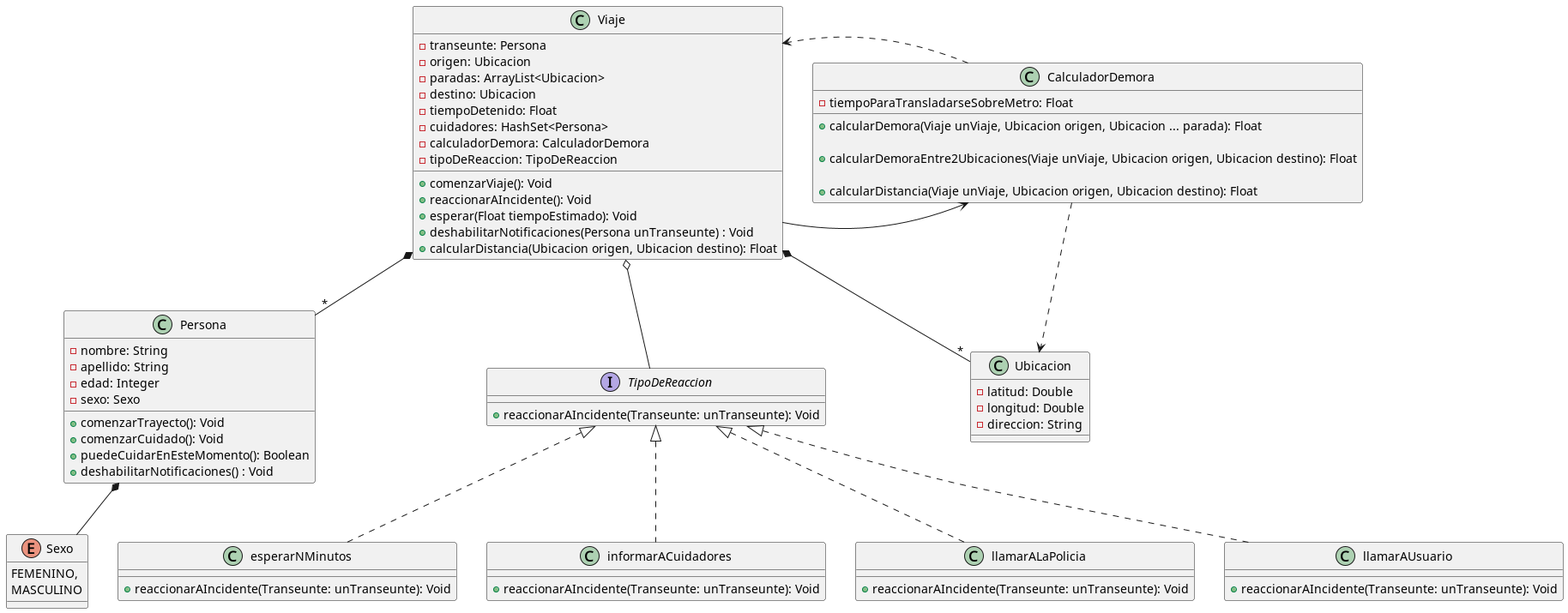
The PlantUML diagram src/class_diagram.png in liamwilk/tp-cuidandonos, before a commit. Source of this version:
```plantuml
@startuml

Persona *-- Sexo
Viaje *-- "*" Persona
Viaje *-- "*" Ubicacion
Viaje o-- TipoDeReaccion
Viaje -> CalculadorDemora
CalculadorDemora ..> Ubicacion
CalculadorDemora ..> Viaje

class Persona{
    -nombre: String
    -apellido: String
    -edad: Integer
    -sexo: Sexo

    +comenzarTrayecto(): Void
    +comenzarCuidado(): Void
    +puedeCuidarEnEsteMomento(): Boolean
    +deshabilitarNotificaciones() : Void
}

Enum Sexo{
    FEMENINO,
    MASCULINO
}

class Viaje{
    -transeunte: Persona
    -origen: Ubicacion
    -paradas: ArrayList<Ubicacion>
    -destino: Ubicacion
    -tiempoDetenido: Float
    -cuidadores: HashSet<Persona>
    -calculadorDemora: CalculadorDemora
    -tipoDeReaccion: TipoDeReaccion

    +comenzarViaje(): Void
    +reaccionarAIncidente(): Void
    +esperar(Float tiempoEstimado): Void
    +deshabilitarNotificaciones(Persona unTranseunte) : Void
    +calcularDistancia(Ubicacion origen, Ubicacion destino): Float
}

class CalculadorDemora{
    -tiempoParaTransladarseSobreMetro: Float

    +calcularDemora(Viaje unViaje, Ubicacion origen, Ubicacion ... parada): Float

    +calcularDemoraEntre2Ubicaciones(Viaje unViaje, Ubicacion origen, Ubicacion destino): Float

    +calcularDistancia(Viaje unViaje, Ubicacion origen, Ubicacion destino): Float
}

class Ubicacion{
    -latitud: Double
    -longitud: Double
    -direccion: String
}

interface TipoDeReaccion{
    +reaccionarAIncidente(Transeunte: unTranseunte): Void
}

class esperarNMinutos implements TipoDeReaccion{
    +reaccionarAIncidente(Transeunte: unTranseunte): Void
}

class informarACuidadores implements TipoDeReaccion{
    +reaccionarAIncidente(Transeunte: unTranseunte): Void
}

class llamarALaPolicia implements TipoDeReaccion{
    +reaccionarAIncidente(Transeunte: unTranseunte): Void
}

class llamarAUsuario implements TipoDeReaccion{
    +reaccionarAIncidente(Transeunte: unTranseunte): Void
}

@enduml
```
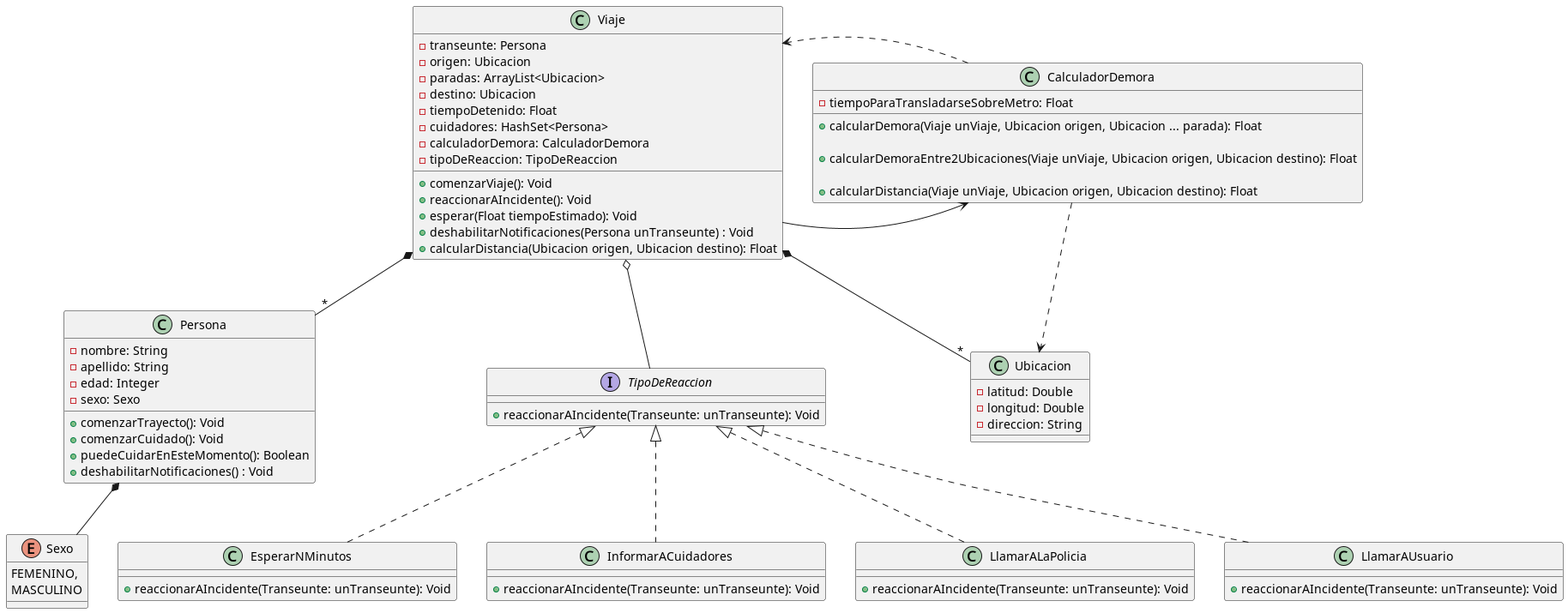
The same file after the commit.

Commit message:
fix: UpperCamelCase for somes classes. Co-authored-by: AAMazzini03 <amazzini@frba.utn.edu.ar>

Change to the diagram source:
```diff
@@ -62,19 +62,19 @@
     +reaccionarAIncidente(Transeunte: unTranseunte): Void
 }
 
-class esperarNMinutos implements TipoDeReaccion{
+class EsperarNMinutos implements TipoDeReaccion{
     +reaccionarAIncidente(Transeunte: unTranseunte): Void
 }
 
-class informarACuidadores implements TipoDeReaccion{
+class InformarACuidadores implements TipoDeReaccion{
     +reaccionarAIncidente(Transeunte: unTranseunte): Void
 }
 
-class llamarALaPolicia implements TipoDeReaccion{
+class LlamarALaPolicia implements TipoDeReaccion{
     +reaccionarAIncidente(Transeunte: unTranseunte): Void
 }
 
-class llamarAUsuario implements TipoDeReaccion{
+class LlamarAUsuario implements TipoDeReaccion{
     +reaccionarAIncidente(Transeunte: unTranseunte): Void
 }
 
```
